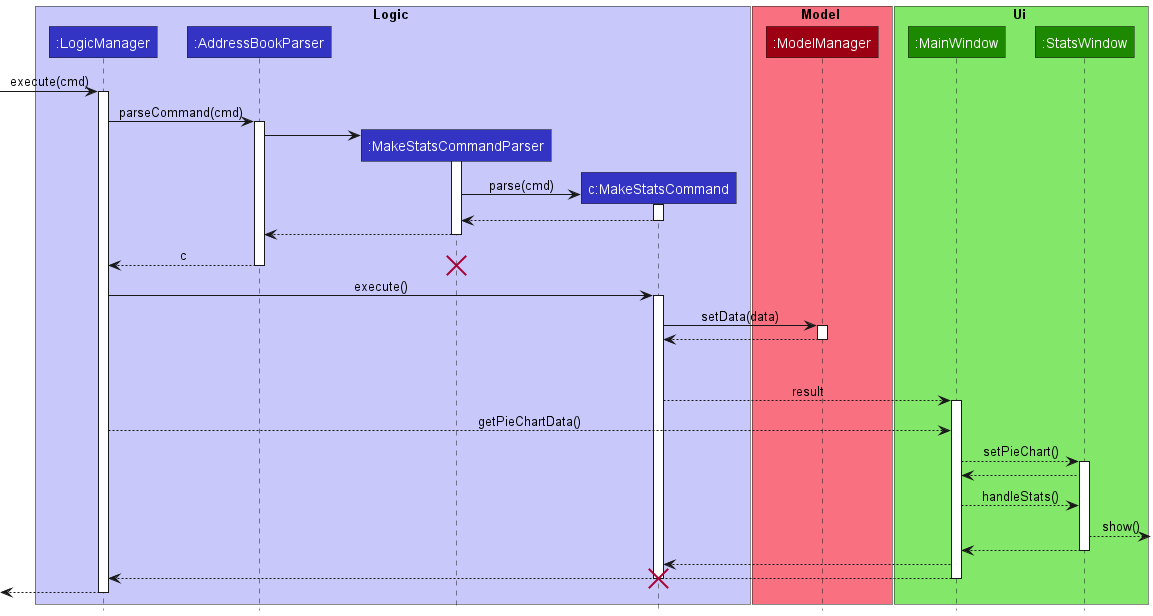
This is docs/images/MakeStatsSequenceDiagram.png from nus-cs2103-AY2223S1/tp, a PlantUML export, as it was before one commit.
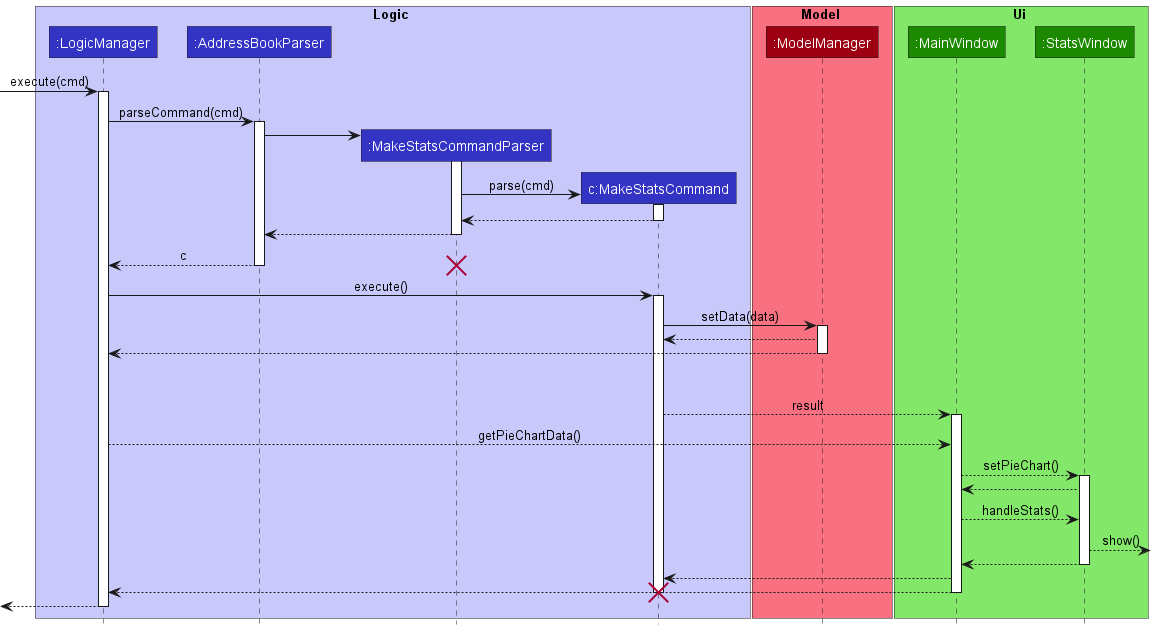
Above is the later version.

Diff of the diagram source:
```diff
@@ -48,6 +48,7 @@
 activate ModelManager
 
 ModelManager --> MakeStatsCommand :
+ModelManager --> LogicManager :
 deactivate ModelManager
 
 MakeStatsCommand -[hidden]-> LogicManager : result
```
